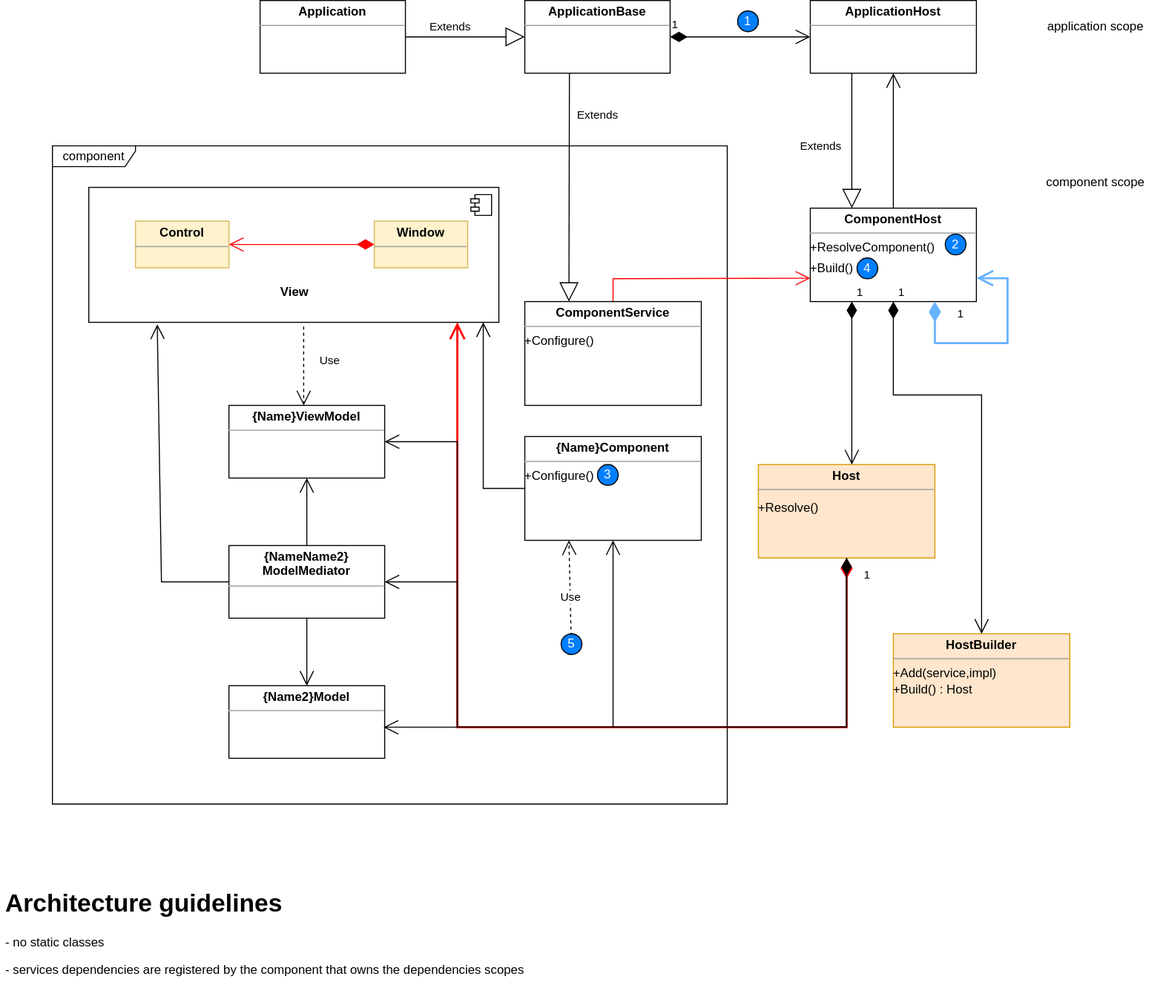
The draw.io diagram WPFUtilities/Doc/dependency-injection.svg in franck-gaspoz/WPFUtilities, before a commit. Source tidied: cells renumbered, new cells last; positions are measured from the earlier drawing's top-left corner, leaving out a move shared by most shapes.
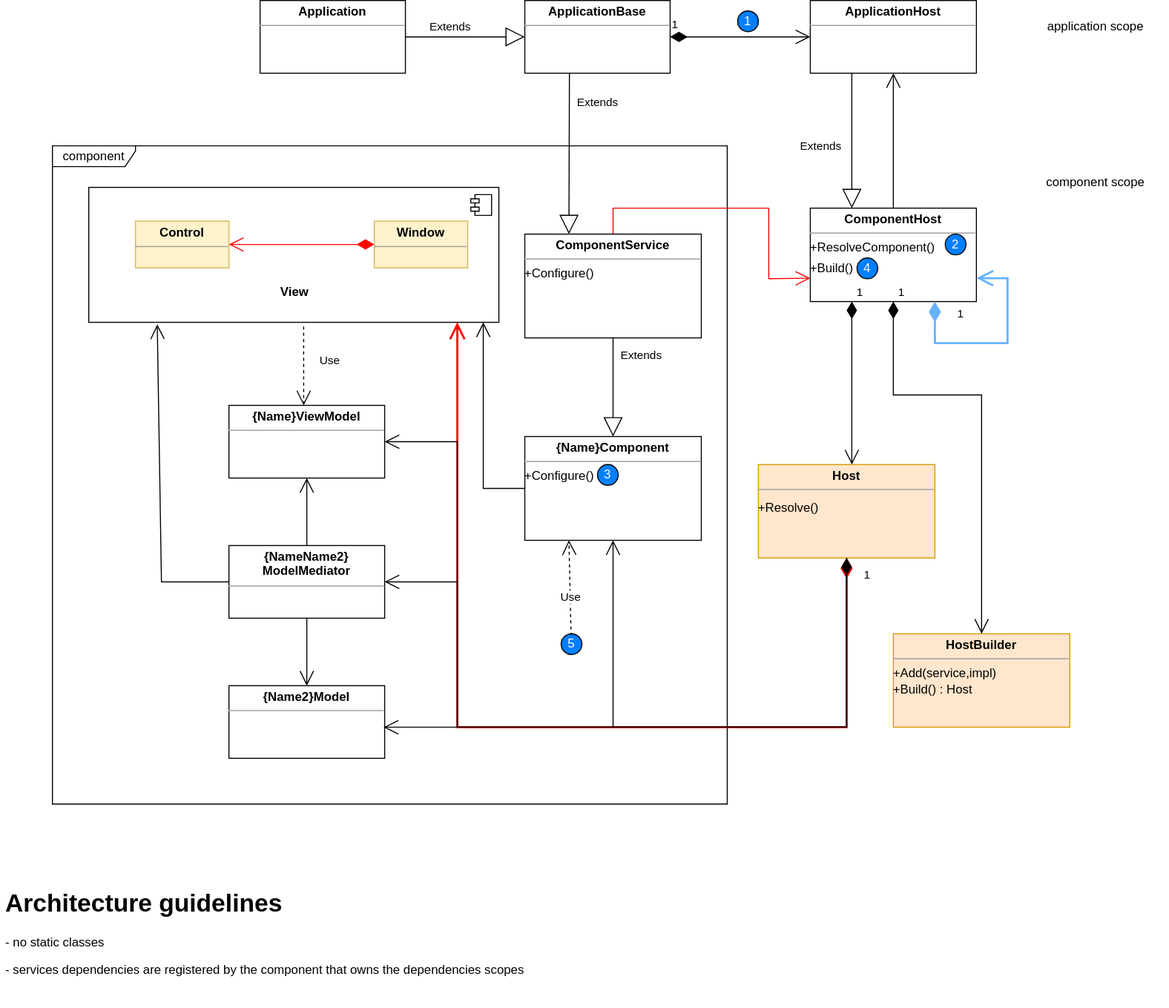
After the change.

Change to the diagram source:
```diff
@@ -50,7 +50,9 @@
     <mxCell id="12" style="endArrow=open;endFill=1;endSize=12;html=1;rounded=0;exitX=0.5;exitY=0;exitDx=0;exitDy=0;entryX=0;entryY=0.75;entryDx=0;entryDy=0;fillColor=#d80073;strokeColor=#FF0000;" parent="1" edge="1" source="46" target="6">
       <mxGeometry relative="1" as="geometry">
         <Array as="points">
-          <mxPoint x="590" y="268" />
+          <mxPoint x="590" y="200" />
+          <mxPoint x="740" y="200" />
+          <mxPoint x="740" y="268" />
         </Array>
       </mxGeometry>
     </mxCell>
@@ -196,7 +198,10 @@
       <mxGeometry y="850" width="600" height="120" as="geometry" />
     </mxCell>
     <mxCell id="46" value="&lt;p style=&quot;margin: 0px ; margin-top: 4px ; text-align: center&quot;&gt;&lt;b&gt;ComponentService&lt;/b&gt;&lt;/p&gt;&lt;hr size=&quot;1&quot;&gt;&lt;div style=&quot;height: 2px&quot;&gt;+Configure()&lt;/div&gt;&lt;div style=&quot;height: 2px&quot;&gt;&lt;br&gt;&lt;/div&gt;&lt;div style=&quot;height: 2px&quot;&gt;&lt;br&gt;&lt;/div&gt;&lt;div style=&quot;height: 2px&quot;&gt;&lt;br&gt;&lt;/div&gt;&lt;div style=&quot;height: 2px&quot;&gt;&lt;br&gt;&lt;/div&gt;&lt;div style=&quot;height: 2px&quot;&gt;&lt;br&gt;&lt;/div&gt;&lt;div style=&quot;height: 2px&quot;&gt;&lt;br&gt;&lt;/div&gt;&lt;div style=&quot;height: 2px&quot;&gt;&lt;br&gt;&lt;/div&gt;&lt;div style=&quot;height: 2px&quot;&gt;&lt;br&gt;&lt;/div&gt;&lt;div style=&quot;height: 2px&quot;&gt;&lt;br&gt;&lt;/div&gt;" style="verticalAlign=top;align=left;overflow=fill;fontSize=12;fontFamily=Helvetica;html=1;" parent="1" vertex="1">
-      <mxGeometry x="505" y="290" width="170" height="100" as="geometry" />
+      <mxGeometry x="505" y="225" width="170" height="100" as="geometry" />
     </mxCell>
+    <mxCell id="47" value="Extends" style="endArrow=block;endSize=16;endFill=0;html=1;rounded=0;fontColor=#000000;strokeColor=#000000;strokeWidth=1;exitX=0.5;exitY=1;exitDx=0;exitDy=0;" parent="1" edge="1" source="46" target="9">
+      <mxGeometry x="-0.64" y="27" relative="1" as="geometry" />
+    </mxCell>
   </root>
 </mxGraphModel>
```
